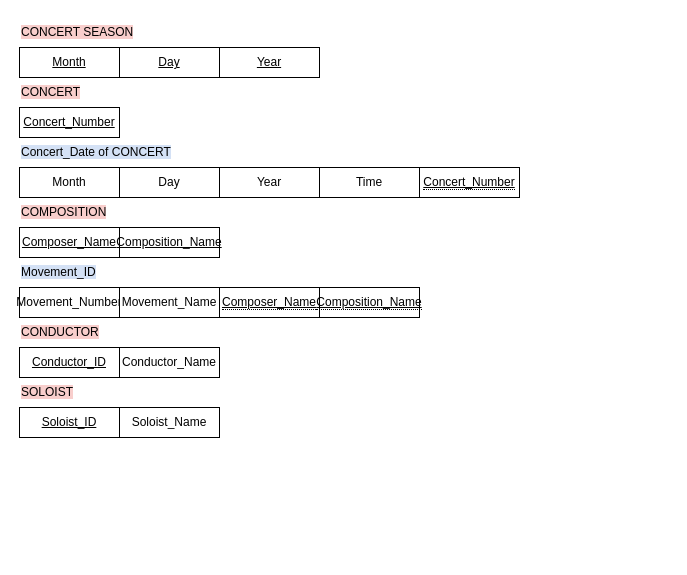
Before: page "交響樂團資料庫1" (1 of 3) of HW2/HW2.drawio in alicejimmy/2022-Bioinformatics-and-Medical-Databases-HW, a draw.io diagram. Source tidied: cells renumbered, new cells numbered last; positions are measured from the earlier drawing's top-left corner, leaving out a move shared by most shapes. Both pictures are drawn from the tidied source at 100%, with x=0, y=0 at pixel (19, 17).
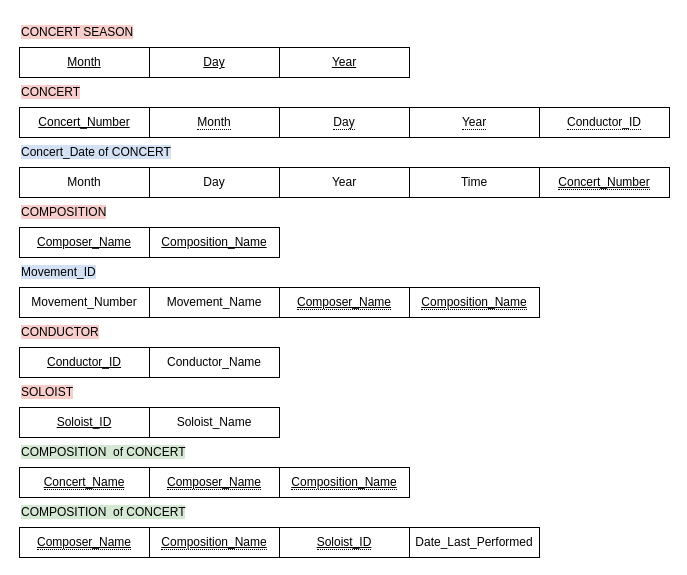
The same page after the edit.

The edit, as a diff of the source:
```diff
@@
     <mxCell id="3" value="&lt;u&gt;Concert_Number&lt;/u&gt;" style="whiteSpace=wrap;html=1;align=center;" parent="1" vertex="1">
-      <mxGeometry y="90" width="100" height="30" as="geometry" />
+      <mxGeometry y="90" width="130" height="30" as="geometry" />
     </mxCell>
@@
     <mxCell id="5" value="Month" style="whiteSpace=wrap;html=1;align=center;" parent="1" vertex="1">
-      <mxGeometry y="150" width="100" height="30" as="geometry" />
+      <mxGeometry y="150" width="130" height="30" as="geometry" />
     </mxCell>
@@
     <mxCell id="7" value="Day" style="whiteSpace=wrap;html=1;align=center;" parent="1" vertex="1">
-      <mxGeometry x="100" y="150" width="100" height="30" as="geometry" />
+      <mxGeometry x="130" y="150" width="130" height="30" as="geometry" />
     </mxCell>
     <mxCell id="8" value="Year" style="whiteSpace=wrap;html=1;align=center;" parent="1" vertex="1">
-      <mxGeometry x="200" y="150" width="100" height="30" as="geometry" />
+      <mxGeometry x="260" y="150" width="130" height="30" as="geometry" />
     </mxCell>
     <mxCell id="9" value="Time" style="whiteSpace=wrap;html=1;align=center;" parent="1" vertex="1">
-      <mxGeometry x="300" y="150" width="100" height="30" as="geometry" />
+      <mxGeometry x="390" y="150" width="130" height="30" as="geometry" />
     </mxCell>
     <mxCell id="10" value="&lt;span style=&quot;border-bottom: 1px dotted&quot;&gt;&lt;u&gt;Concert_Number&lt;/u&gt;&lt;/span&gt;" style="whiteSpace=wrap;html=1;align=center;" parent="1" vertex="1">
-      <mxGeometry x="400" y="150" width="100" height="30" as="geometry" />
+      <mxGeometry x="520" y="150" width="130" height="30" as="geometry" />
     </mxCell>
     <mxCell id="11" value="&lt;u&gt;Month&lt;/u&gt;" style="whiteSpace=wrap;html=1;align=center;" parent="1" vertex="1">
-      <mxGeometry y="30" width="100" height="30" as="geometry" />
+      <mxGeometry y="30" width="130" height="30" as="geometry" />
     </mxCell>
     <mxCell id="12" value="&lt;u&gt;Day&lt;/u&gt;" style="whiteSpace=wrap;html=1;align=center;" parent="1" vertex="1">
-      <mxGeometry x="100" y="30" width="100" height="30" as="geometry" />
+      <mxGeometry x="130" y="30" width="130" height="30" as="geometry" />
     </mxCell>
     <mxCell id="13" value="&lt;u&gt;Year&lt;/u&gt;" style="whiteSpace=wrap;html=1;align=center;" parent="1" vertex="1">
-      <mxGeometry x="200" y="30" width="100" height="30" as="geometry" />
+      <mxGeometry x="260" y="30" width="130" height="30" as="geometry" />
     </mxCell>
@@
     <mxCell id="15" value="&lt;u&gt;Conductor_ID&lt;/u&gt;" style="whiteSpace=wrap;html=1;align=center;" parent="1" vertex="1">
-      <mxGeometry y="330" width="100" height="30" as="geometry" />
+      <mxGeometry y="330" width="130" height="30" as="geometry" />
     </mxCell>
     <mxCell id="16" value="Conductor_Name" style="whiteSpace=wrap;html=1;align=center;" parent="1" vertex="1">
-      <mxGeometry x="100" y="330" width="100" height="30" as="geometry" />
+      <mxGeometry x="130" y="330" width="130" height="30" as="geometry" />
     </mxCell>
@@
     <mxCell id="18" value="&lt;u&gt;Composer_Name&lt;/u&gt;" style="whiteSpace=wrap;html=1;align=center;" parent="1" vertex="1">
-      <mxGeometry y="210" width="100" height="30" as="geometry" />
+      <mxGeometry y="210" width="130" height="30" as="geometry" />
     </mxCell>
     <mxCell id="19" value="&lt;u&gt;Composition_Name&lt;/u&gt;" style="whiteSpace=wrap;html=1;align=center;" parent="1" vertex="1">
-      <mxGeometry x="100" y="210" width="100" height="30" as="geometry" />
+      <mxGeometry x="130" y="210" width="130" height="30" as="geometry" />
     </mxCell>
     <mxCell id="20" value="Movement_Number" style="whiteSpace=wrap;html=1;align=center;" parent="1" vertex="1">
-      <mxGeometry y="270" width="100" height="30" as="geometry" />
+      <mxGeometry y="270" width="130" height="30" as="geometry" />
     </mxCell>
@@
     <mxCell id="22" value="Movement_Name" style="whiteSpace=wrap;html=1;align=center;" parent="1" vertex="1">
-      <mxGeometry x="100" y="270" width="100" height="30" as="geometry" />
+      <mxGeometry x="130" y="270" width="130" height="30" as="geometry" />
     </mxCell>
     <mxCell id="23" value="&lt;span style=&quot;border-bottom: 1px dotted&quot;&gt;&lt;u&gt;Composer_Name&lt;/u&gt;&lt;/span&gt;" style="whiteSpace=wrap;html=1;align=center;" parent="1" vertex="1">
-      <mxGeometry x="200" y="270" width="100" height="30" as="geometry" />
+      <mxGeometry x="260" y="270" width="130" height="30" as="geometry" />
     </mxCell>
     <mxCell id="24" value="&lt;span style=&quot;border-bottom: 1px dotted&quot;&gt;&lt;u&gt;Composition_Name&lt;/u&gt;&lt;/span&gt;" style="whiteSpace=wrap;html=1;align=center;" parent="1" vertex="1">
-      <mxGeometry x="300" y="270" width="100" height="30" as="geometry" />
+      <mxGeometry x="390" y="270" width="130" height="30" as="geometry" />
     </mxCell>
@@
     <mxCell id="26" value="&lt;u&gt;Soloist_ID&lt;/u&gt;" style="whiteSpace=wrap;html=1;align=center;" parent="1" vertex="1">
-      <mxGeometry y="390" width="100" height="30" as="geometry" />
+      <mxGeometry y="390" width="130" height="30" as="geometry" />
     </mxCell>
     <mxCell id="27" value="Soloist_Name" style="whiteSpace=wrap;html=1;align=center;" parent="1" vertex="1">
-      <mxGeometry x="100" y="390" width="100" height="30" as="geometry" />
+      <mxGeometry x="130" y="390" width="130" height="30" as="geometry" />
     </mxCell>
+    <mxCell id="28" value="&lt;span style=&quot;border-bottom: 1px dotted&quot;&gt;Month&lt;/span&gt;" style="whiteSpace=wrap;html=1;align=center;" parent="1" vertex="1">
+      <mxGeometry x="130" y="90" width="130" height="30" as="geometry" />
+    </mxCell>
+    <mxCell id="29" value="&lt;span style=&quot;border-bottom: 1px dotted&quot;&gt;Day&lt;/span&gt;" style="whiteSpace=wrap;html=1;align=center;" parent="1" vertex="1">
+      <mxGeometry x="260" y="90" width="130" height="30" as="geometry" />
+    </mxCell>
+    <mxCell id="30" value="&lt;span style=&quot;border-bottom: 1px dotted&quot;&gt;Year&lt;/span&gt;" style="whiteSpace=wrap;html=1;align=center;" parent="1" vertex="1">
+      <mxGeometry x="390" y="90" width="130" height="30" as="geometry" />
+    </mxCell>
+    <mxCell id="31" value="&lt;span style=&quot;border-bottom: 1px dotted&quot;&gt;Conductor_ID&lt;/span&gt;" style="whiteSpace=wrap;html=1;align=center;" parent="1" vertex="1">
+      <mxGeometry x="520" y="90" width="130" height="30" as="geometry" />
+    </mxCell>
+    <mxCell id="32" value="&lt;span style=&quot;background-color: rgb(213, 232, 212);&quot;&gt;COMPOSITION&amp;nbsp; of CONCERT&lt;/span&gt;" style="text;html=1;align=left;verticalAlign=middle;strokeColor=none;fillColor=none;" parent="1" vertex="1">
+      <mxGeometry y="420" width="190" height="30" as="geometry" />
+    </mxCell>
+    <mxCell id="33" value="&lt;span style=&quot;border-bottom: 1px dotted&quot;&gt;&lt;u&gt;Concert_Name&lt;/u&gt;&lt;/span&gt;" style="whiteSpace=wrap;html=1;align=center;" parent="1" vertex="1">
+      <mxGeometry y="450" width="130" height="30" as="geometry" />
+    </mxCell>
+    <mxCell id="34" value="&lt;span style=&quot;border-bottom: 1px dotted&quot;&gt;&lt;u&gt;Composer_Name&lt;/u&gt;&lt;/span&gt;" style="whiteSpace=wrap;html=1;align=center;" parent="1" vertex="1">
+      <mxGeometry x="130" y="450" width="130" height="30" as="geometry" />
+    </mxCell>
+    <mxCell id="35" value="&lt;span style=&quot;border-bottom: 1px dotted&quot;&gt;&lt;u&gt;Composition_Name&lt;/u&gt;&lt;/span&gt;" style="whiteSpace=wrap;html=1;align=center;" parent="1" vertex="1">
+      <mxGeometry x="260" y="450" width="130" height="30" as="geometry" />
+    </mxCell>
+    <mxCell id="36" value="&lt;span style=&quot;background-color: rgb(213, 232, 212);&quot;&gt;COMPOSITION&amp;nbsp; of CONCERT&lt;/span&gt;" style="text;html=1;align=left;verticalAlign=middle;strokeColor=none;fillColor=none;" parent="1" vertex="1">
+      <mxGeometry y="480" width="190" height="30" as="geometry" />
+    </mxCell>
+    <mxCell id="37" value="&lt;span style=&quot;border-bottom: 1px dotted&quot;&gt;&lt;u&gt;Soloist_ID&lt;/u&gt;&lt;/span&gt;" style="whiteSpace=wrap;html=1;align=center;" parent="1" vertex="1">
+      <mxGeometry x="260" y="510" width="130" height="30" as="geometry" />
+    </mxCell>
+    <mxCell id="38" value="&lt;span style=&quot;border-bottom: 1px dotted&quot;&gt;&lt;u&gt;Composer_Name&lt;/u&gt;&lt;/span&gt;" style="whiteSpace=wrap;html=1;align=center;" parent="1" vertex="1">
+      <mxGeometry y="510" width="130" height="30" as="geometry" />
+    </mxCell>
+    <mxCell id="39" value="&lt;span style=&quot;border-bottom: 1px dotted&quot;&gt;&lt;u&gt;Composition_Name&lt;/u&gt;&lt;/span&gt;" style="whiteSpace=wrap;html=1;align=center;" parent="1" vertex="1">
+      <mxGeometry x="130" y="510" width="130" height="30" as="geometry" />
+    </mxCell>
+    <mxCell id="40" value="Date_Last_Performed" style="whiteSpace=wrap;html=1;align=center;" parent="1" vertex="1">
+      <mxGeometry x="390" y="510" width="130" height="30" as="geometry" />
+    </mxCell>
```
